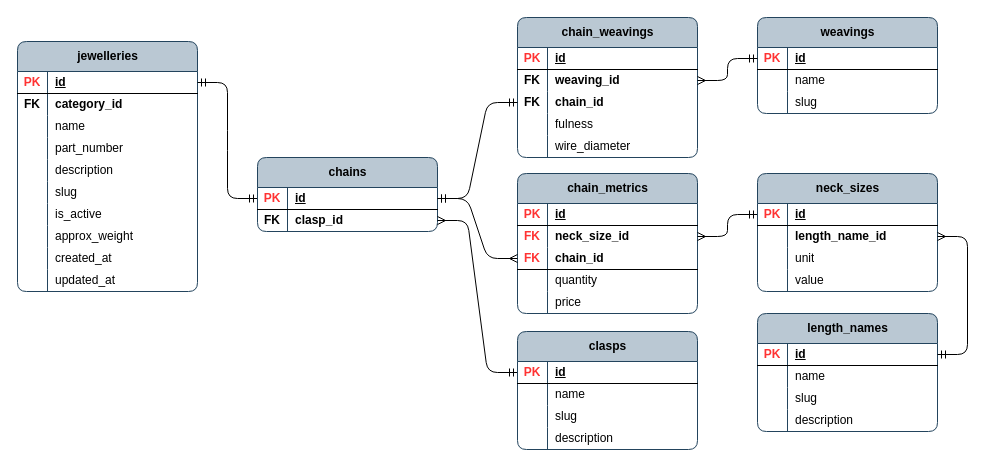
Earlier version of the draw.io diagram page "jw_chain_props" (10 of 15) of publisher/laravel-app/psql_jewellery_items.drawio (Local-development-environment/msg-brokers-publisher-consumer). Source tidied: cells renumbered, new cells numbered last; positions are measured from the earlier drawing's top-left corner, leaving out a move shared by most shapes. Both pictures are drawn from the tidied source at 100%, with x=0, y=0 at pixel (17, 17).
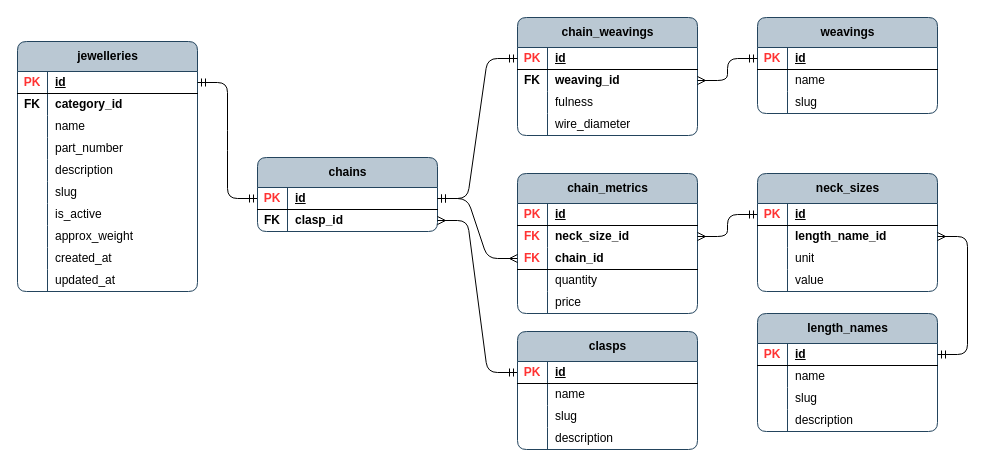
The same diagram, later.

Unchanged cells that the change refers to:
```xml
<mxCell id="35" style="shape=tableRow;horizontal=0;startSize=0;swimlaneHead=0;swimlaneBody=0;fillColor=none;points=[[0,0.5],[1,0.5]];portConstraint=eastwest;top=0;left=0;right=0;bottom=1;rounded=0;" parent="34" vertex="1">
  <mxGeometry y="30" width="180" height="22" as="geometry" />
</mxCell>
<mxCell id="83" style="shape=tableRow;horizontal=0;startSize=0;swimlaneHead=0;swimlaneBody=0;fillColor=none;points=[[0,0.5],[1,0.5]];portConstraint=eastwest;top=0;left=0;right=0;bottom=1;rounded=0;" parent="82" vertex="1">
  <mxGeometry y="30" width="180" height="22" as="geometry" />
</mxCell>
```

Diff of the diagram source:
```diff
@@
     <mxCell id="82" value="chain_weavings" style="shape=table;startSize=30;childLayout=tableLayout;rowLines=0;fontStyle=1;align=center;html=1;rounded=1;swimlaneFillColor=none;fillColor=#bac8d3;strokeColor=#23445d;columnLines=1;arcSize=10;" parent="1" vertex="1">
-      <mxGeometry x="500" width="180" height="140" as="geometry" />
+      <mxGeometry x="500" width="180" height="118" as="geometry" />
     </mxCell>
@@
-    <mxCell id="89" style="shape=tableRow;horizontal=0;startSize=0;swimlaneHead=0;swimlaneBody=0;fillColor=none;points=[[0,0.5],[1,0.5]];portConstraint=eastwest;top=0;left=0;right=0;bottom=0;rounded=0;" parent="82" vertex="1">
-      <mxGeometry y="74" width="180" height="22" as="geometry" />
-    </mxCell>
-    <mxCell id="90" value="&lt;b&gt;FK&lt;/b&gt;" style="shape=partialRectangle;fillColor=none;top=0;left=0;bottom=0;right=0;overflow=hidden;whiteSpace=wrap;html=1;" parent="89" vertex="1">
-      <mxGeometry width="30" height="22" as="geometry" />
-    </mxCell>
-    <mxCell id="91" value="&lt;b&gt;chain_id&lt;/b&gt;" style="shape=partialRectangle;fillColor=none;top=0;left=0;bottom=0;right=0;align=left;spacingLeft=6;overflow=hidden;whiteSpace=wrap;html=1;" parent="89" vertex="1">
-      <mxGeometry x="30" width="150" height="22" as="geometry" />
-    </mxCell>
     <mxCell id="92" style="shape=tableRow;horizontal=0;startSize=0;swimlaneHead=0;swimlaneBody=0;fillColor=none;top=0;left=0;right=0;bottom=0;rounded=0;" parent="82" vertex="1">
-      <mxGeometry y="96" width="180" height="22" as="geometry" />
+      <mxGeometry y="74" width="180" height="22" as="geometry" />
     </mxCell>
@@
     <mxCell id="95" style="shape=tableRow;horizontal=0;startSize=0;swimlaneHead=0;swimlaneBody=0;fillColor=none;top=0;left=0;right=0;bottom=0;rounded=0;" parent="82" vertex="1">
-      <mxGeometry y="118" width="180" height="22" as="geometry" />
+      <mxGeometry y="96" width="180" height="22" as="geometry" />
     </mxCell>
@@
-    <mxCell id="99" style="edgeStyle=entityRelationEdgeStyle;fontSize=12;html=1;endArrow=ERmandOne;rounded=1;curved=0;entryX=0;entryY=0.5;entryDx=0;entryDy=0;startArrow=ERmandOne;startFill=0;exitX=1;exitY=0.5;exitDx=0;exitDy=0;endFill=0;" parent="1" edge="1" source="35" target="89">
+    <mxCell id="99" style="edgeStyle=entityRelationEdgeStyle;fontSize=12;html=1;endArrow=ERmandOne;rounded=1;curved=0;entryX=0;entryY=0.5;entryDx=0;entryDy=0;startArrow=ERmandOne;startFill=0;exitX=1;exitY=0.5;exitDx=0;exitDy=0;endFill=0;" parent="1" edge="1" source="35" target="83">
       <mxGeometry relative="1" as="geometry" />
     </mxCell>
```
